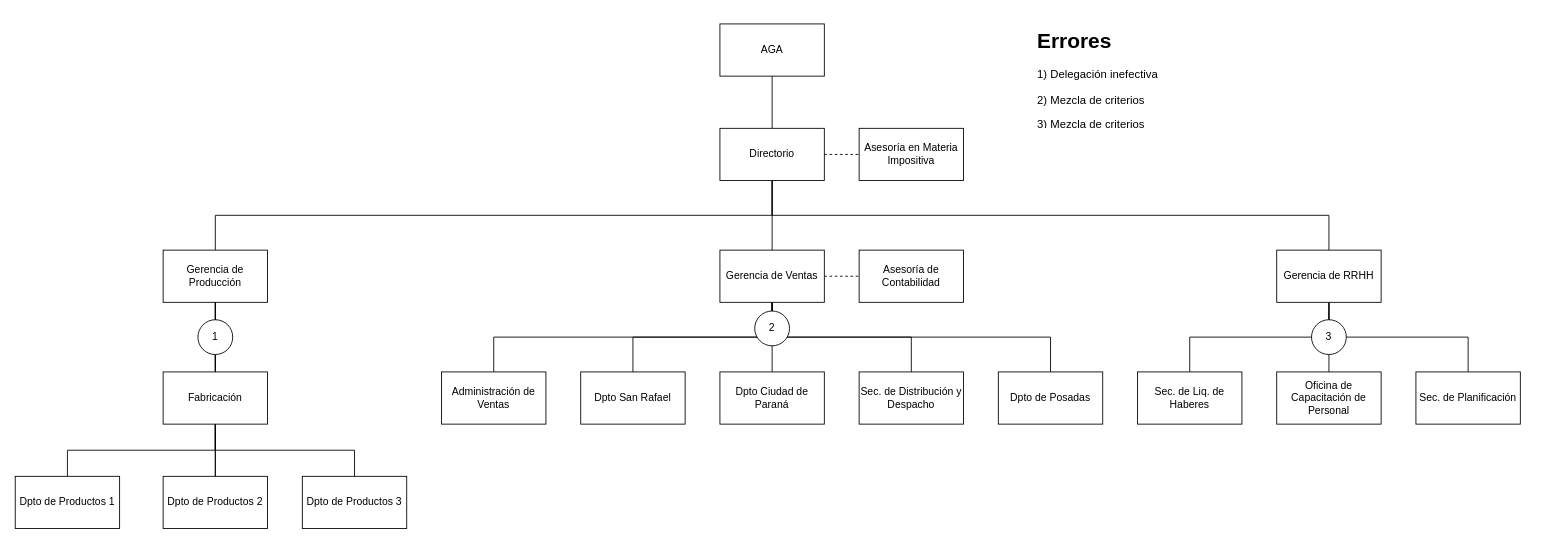
The draw.io diagram La balsa.drawio in leonefrain86/SyO, before the edit. Source tidied: cells renumbered, new cells numbered last; positions are measured from the earlier drawing's top-left corner, leaving out a move shared by most shapes. Both pictures are drawn from the tidied source at 87%, with x=0, y=0 at pixel (15, 23).
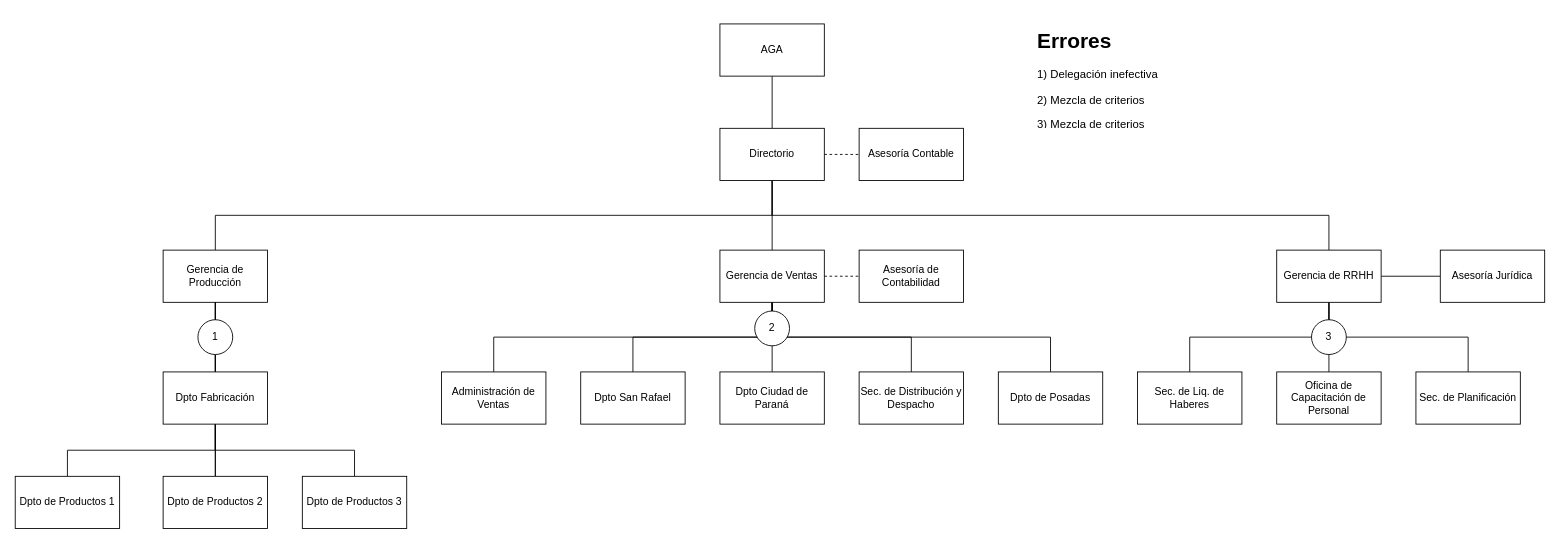
Above is the later version.

Unchanged cells that the change refers to:
```xml
<mxCell id="19" value="Gerencia de RRHH" style="whiteSpace=wrap;html=1;rounded=0;" parent="1" vertex="1">
  <mxGeometry x="1450" y="260" width="120" height="60" as="geometry" />
</mxCell>
```

The edit, as a diff of the source:
```diff
@@
+    <mxCell id="45" style="edgeStyle=orthogonalEdgeStyle;rounded=0;jettySize=auto;html=1;endArrow=none;endFill=0;" parent="1" edge="1" source="19" target="46">
+      <mxGeometry relative="1" as="geometry" />
+    </mxCell>
@@
-    <mxCell id="31" value="Fabricación" style="whiteSpace=wrap;html=1;rounded=0;" parent="1" vertex="1">
+    <mxCell id="31" value="Dpto Fabricación" style="whiteSpace=wrap;html=1;rounded=0;" parent="1" vertex="1">
       <mxGeometry x="170" y="400" width="120" height="60" as="geometry" />
     </mxCell>
@@
-    <mxCell id="44" value="Asesoría en Materia Impositiva" style="whiteSpace=wrap;html=1;rounded=0;" parent="1" vertex="1">
+    <mxCell id="44" value="Asesoría Contable" style="whiteSpace=wrap;html=1;rounded=0;" parent="1" vertex="1">
       <mxGeometry x="970" y="120" width="120" height="60" as="geometry" />
     </mxCell>
+    <mxCell id="46" value="Asesoría Jurídica" style="whiteSpace=wrap;html=1;rounded=0;" parent="1" vertex="1">
+      <mxGeometry x="1638" y="260" width="120" height="60" as="geometry" />
+    </mxCell>
```
